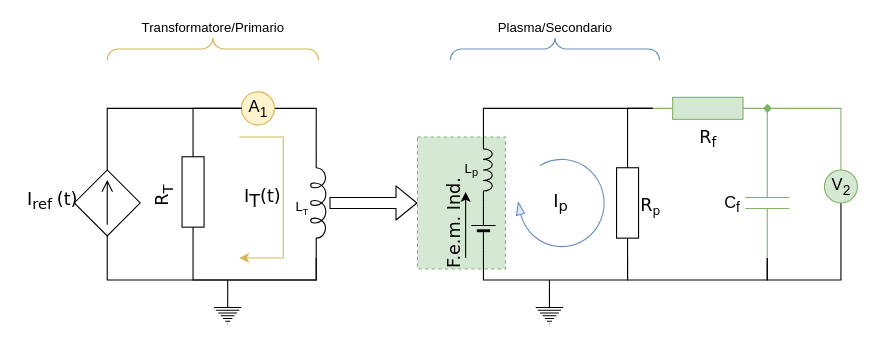
Earlier version of the draw.io diagram page "MisureCircuit-Current" (5 of 8) of TesiMagistraleEma/Pictures/Trasformatore/PlasmaCircuit.drawio (Alfystar/fusionLab). Source tidied: cells renumbered, new cells numbered last; positions are measured from the earlier drawing's top-left corner, leaving out a move shared by most shapes. Both pictures are drawn from the tidied source at 110%, with x=0, y=0 at pixel (74, 37).
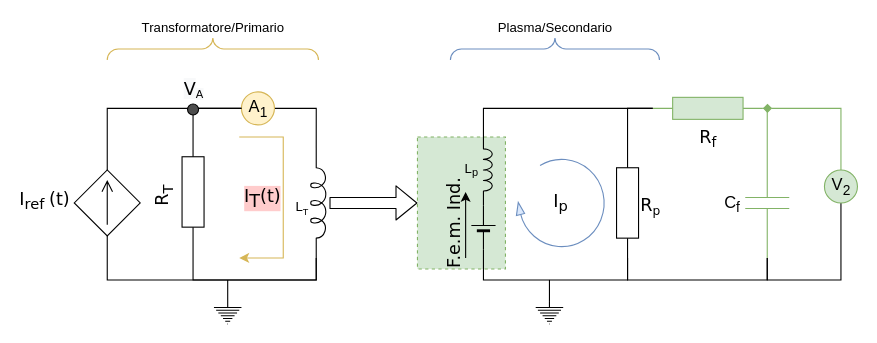
Above is the later version.

The change refers to these unchanged cells:
```xml
<mxCell id="41" style="endArrow=classic;html=1;rounded=0;fontFamily=Verdana;fontSize=16;edgeStyle=orthogonalEdgeStyle;fillColor=#fff2cc;strokeColor=#d6b656;" parent="1" edge="1">
  <mxGeometry relative="1" as="geometry">
    <mxPoint x="150" y="90" as="sourcePoint" />
    <mxPoint x="150" y="200" as="targetPoint" />
    <Array as="points">
      <mxPoint x="190" y="90" />
      <mxPoint x="190" y="200" />
    </Array>
  </mxGeometry>
</mxCell>
```

Change to the diagram source:
```diff
@@
-    <mxCell id="35" value="I&lt;sub&gt;ref&amp;nbsp;&lt;/sub&gt;(t)" style="verticalLabelPosition=bottom;shadow=0;dashed=0;align=center;html=1;verticalAlign=top;shape=mxgraph.electrical.signal_sources.source;points=[[0.5,0,0],[1,0.5,0],[0.5,1,0],[0,0.5,0]];elSignalType=dc2;elSourceType=dependent;direction=west;horizontal=1;spacingLeft=-100;spacingBottom=0;spacingTop=-50;fontSize=16;fontFamily=Verdana;" parent="1" vertex="1">
+    <mxCell id="35" value="I&lt;sub&gt;ref&amp;nbsp;&lt;/sub&gt;(t)" style="verticalLabelPosition=bottom;shadow=0;dashed=0;align=center;html=1;verticalAlign=top;shape=mxgraph.electrical.signal_sources.source;points=[[0.5,0,0],[1,0.5,0],[0.5,1,0],[0,0.5,0]];elSignalType=dc2;elSourceType=dependent;direction=west;horizontal=1;spacingLeft=-115;spacingBottom=0;spacingTop=-50;fontSize=16;fontFamily=Verdana;" parent="1" vertex="1">
       <mxGeometry y="120" width="60" height="60" as="geometry" />
     </mxCell>
@@
-    <mxCell id="42" value="&lt;span style=&quot;color: rgb(0 , 0 , 0) ; font-family: &amp;#34;verdana&amp;#34; ; font-size: 16px ; font-style: normal ; font-weight: 400 ; letter-spacing: normal ; text-align: center ; text-indent: 0px ; text-transform: none ; word-spacing: 0px ; background-color: rgb(255 , 255 , 255) ; display: inline ; float: none&quot;&gt;I&lt;/span&gt;&lt;font style=&quot;color: rgb(0 , 0 , 0) ; font-family: &amp;#34;verdana&amp;#34; ; font-size: 16px ; font-style: normal ; font-weight: 400 ; letter-spacing: normal ; text-align: center ; text-indent: 0px ; text-transform: none ; word-spacing: 0px&quot;&gt;&lt;sub style=&quot;font-size: 16px&quot;&gt;T&lt;/sub&gt;&lt;/font&gt;&lt;span style=&quot;font-family: &amp;#34;verdana&amp;#34;&quot;&gt;(t)&lt;/span&gt;" style="edgeLabel;html=1;align=center;verticalAlign=middle;fontFamily=Verdana;fontSize=16;" parent="41" vertex="1">
+    <mxCell id="42" value="&lt;span style=&quot;color: rgb(0, 0, 0); font-family: verdana; font-size: 16px; font-style: normal; font-weight: 400; letter-spacing: normal; text-align: center; text-indent: 0px; text-transform: none; word-spacing: 0px; display: inline; float: none;&quot;&gt;I&lt;/span&gt;&lt;font style=&quot;color: rgb(0 , 0 , 0) ; font-family: &amp;quot;verdana&amp;quot; ; font-size: 16px ; font-style: normal ; font-weight: 400 ; letter-spacing: normal ; text-align: center ; text-indent: 0px ; text-transform: none ; word-spacing: 0px&quot;&gt;&lt;sub style=&quot;font-size: 16px&quot;&gt;T&lt;/sub&gt;&lt;/font&gt;&lt;span style=&quot;font-family: &amp;quot;verdana&amp;quot;&quot;&gt;(t)&lt;/span&gt;" style="edgeLabel;html=1;align=center;verticalAlign=middle;fontFamily=Verdana;fontSize=16;labelBackgroundColor=#FFCCCC;" parent="41" vertex="1">
       <mxGeometry relative="1" as="geometry">
         <mxPoint x="-20" as="offset" />
       </mxGeometry>
     </mxCell>
+    <mxCell id="43" style="group;" parent="1" vertex="1">
+      <mxGeometry x="98" y="30" width="20" height="40" as="geometry" />
+    </mxCell>
+    <mxCell id="44" style="ellipse;whiteSpace=wrap;html=1;fillColor=#4D4D4D;" parent="43" vertex="1">
+      <mxGeometry x="5" y="30" width="10" height="10" as="geometry" />
+    </mxCell>
+    <mxCell id="45" value="&lt;span style=&quot;color: rgb(0, 0, 0); font-family: verdana; font-size: 16px; font-style: normal; font-weight: 400; letter-spacing: normal; text-align: left; text-indent: 0px; text-transform: none; word-spacing: 0px; background-color: rgb(248, 249, 250); display: inline; float: none;&quot;&gt;V&lt;/span&gt;&lt;sub style=&quot;color: rgb(0, 0, 0); font-family: verdana; font-style: normal; font-weight: 400; letter-spacing: normal; text-align: left; text-indent: 0px; text-transform: none; word-spacing: 0px; background-color: rgb(248, 249, 250);&quot;&gt;A&lt;/sub&gt;" style="text;whiteSpace=wrap;html=1;" parent="43" vertex="1">
+      <mxGeometry width="20" height="20" as="geometry" />
+    </mxCell>
```
